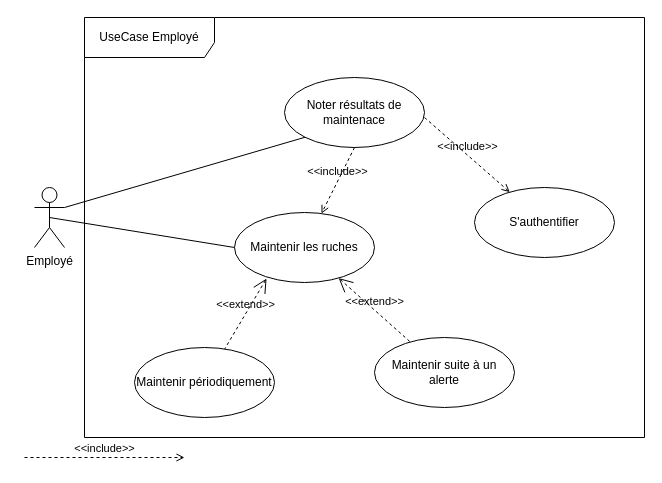
Before: usecase/diagrams/usecase_employe.drawio in ManDev001/pfe_diagrams, a draw.io diagram. Source tidied: cells renumbered, new cells numbered last; positions are measured from the earlier drawing's top-left corner, leaving out a move shared by most shapes. Both pictures are drawn from the tidied source at 100%, with x=0, y=0 at pixel (24, 17).
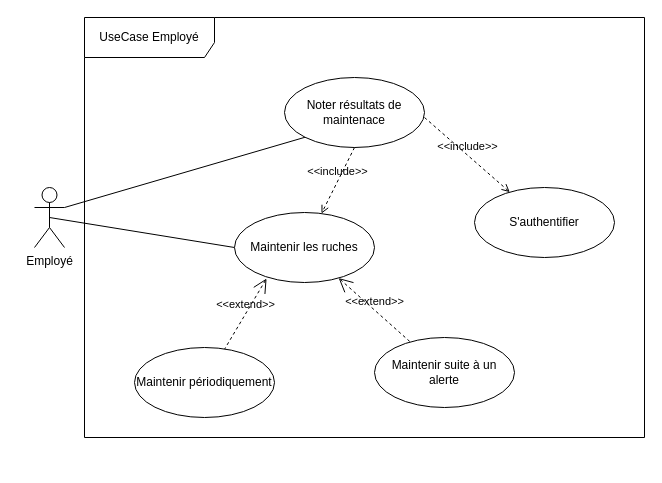
After the change.

Change to the diagram source:
```diff
@@
 <mxGraphModel>
   <root>
     <mxCell id="0" />
     <mxCell id="1" parent="0" />
     <mxCell id="2" value="UseCase Employé" style="shape=umlFrame;whiteSpace=wrap;html=1;width=130;height=40;" parent="1" vertex="1">
       <mxGeometry x="60" width="560" height="420" as="geometry" />
     </mxCell>
     <mxCell id="3" style="rounded=0;jettySize=auto;html=1;exitX=0.5;exitY=0.5;exitDx=0;exitDy=0;exitPerimeter=0;entryX=0;entryY=0.5;entryDx=0;entryDy=0;endArrow=none;endFill=0;" parent="1" edge="1" source="5" target="6">
       <mxGeometry relative="1" as="geometry" />
     </mxCell>
     <mxCell id="4" style="edgeStyle=none;rounded=0;jettySize=auto;html=1;exitX=1;exitY=0.3333333333333333;exitDx=0;exitDy=0;exitPerimeter=0;entryX=0;entryY=1;entryDx=0;entryDy=0;endArrow=none;endFill=0;" parent="1" edge="1" source="5" target="11">
       <mxGeometry relative="1" as="geometry" />
     </mxCell>
     <mxCell id="5" value="&lt;div&gt;Employé&lt;/div&gt;" style="shape=umlActor;verticalLabelPosition=bottom;labelBackgroundColor=#ffffff;verticalAlign=top;html=1;outlineConnect=0;" parent="1" vertex="1">
       <mxGeometry x="10" y="170" width="30" height="60" as="geometry" />
     </mxCell>
     <mxCell id="6" value="Maintenir les ruches" style="ellipse;whiteSpace=wrap;html=1;" parent="1" vertex="1">
       <mxGeometry x="210" y="195" width="140" height="70" as="geometry" />
     </mxCell>
     <mxCell id="7" value="Maintenir périodiquement" style="ellipse;whiteSpace=wrap;html=1;" parent="1" vertex="1">
       <mxGeometry x="110" y="330" width="140" height="70" as="geometry" />
     </mxCell>
     <mxCell id="8" value="Maintenir suite à un alerte" style="ellipse;whiteSpace=wrap;html=1;" parent="1" vertex="1">
       <mxGeometry x="350" y="320" width="140" height="70" as="geometry" />
     </mxCell>
     <mxCell id="9" value="&amp;lt;&amp;lt;extend&amp;gt;&amp;gt;" style="edgeStyle=none;html=1;startArrow=open;endArrow=none;startSize=12;verticalAlign=bottom;dashed=1;labelBackgroundColor=none;exitX=0.229;exitY=0.943;exitDx=0;exitDy=0;exitPerimeter=0;" parent="1" edge="1" source="6" target="7">
       <mxGeometry relative="1" as="geometry" />
     </mxCell>
     <mxCell id="10" value="&amp;lt;&amp;lt;extend&amp;gt;&amp;gt;" style="edgeStyle=none;html=1;startArrow=open;endArrow=none;startSize=12;verticalAlign=bottom;dashed=1;labelBackgroundColor=none;" parent="1" edge="1" source="6" target="8">
       <mxGeometry relative="1" as="geometry" />
     </mxCell>
     <mxCell id="11" value="Noter résultats de maintenace" style="ellipse;whiteSpace=wrap;html=1;" parent="1" vertex="1">
       <mxGeometry x="260" y="60" width="140" height="70" as="geometry" />
     </mxCell>
     <mxCell id="12" value="&amp;lt;&amp;lt;include&amp;gt;&amp;gt;" style="edgeStyle=none;html=1;endArrow=open;verticalAlign=bottom;dashed=1;labelBackgroundColor=none;exitX=0.5;exitY=1;exitDx=0;exitDy=0;" parent="1" edge="1" source="11" target="6">
       <mxGeometry relative="1" as="geometry" />
     </mxCell>
     <mxCell id="13" value="S'authentifier" style="ellipse;whiteSpace=wrap;html=1;" parent="1" vertex="1">
       <mxGeometry x="450" y="170" width="140" height="70" as="geometry" />
     </mxCell>
-    <mxCell id="14" value="&amp;lt;&amp;lt;include&amp;gt;&amp;gt;" style="edgeStyle=none;html=1;endArrow=open;verticalAlign=bottom;dashed=1;labelBackgroundColor=none;" parent="1" edge="1">
-      <mxGeometry relative="1" as="geometry">
-        <mxPoint y="440" as="sourcePoint" />
-        <mxPoint x="160" y="440" as="targetPoint" />
-      </mxGeometry>
-    </mxCell>
     <mxCell id="15" value="&amp;lt;&amp;lt;include&amp;gt;&amp;gt;" style="edgeStyle=none;html=1;endArrow=open;verticalAlign=bottom;dashed=1;labelBackgroundColor=none;" parent="1" edge="1" target="13">
       <mxGeometry relative="1" as="geometry">
         <mxPoint x="400" y="100" as="sourcePoint" />
       </mxGeometry>
     </mxCell>
   </root>
 </mxGraphModel>
```
